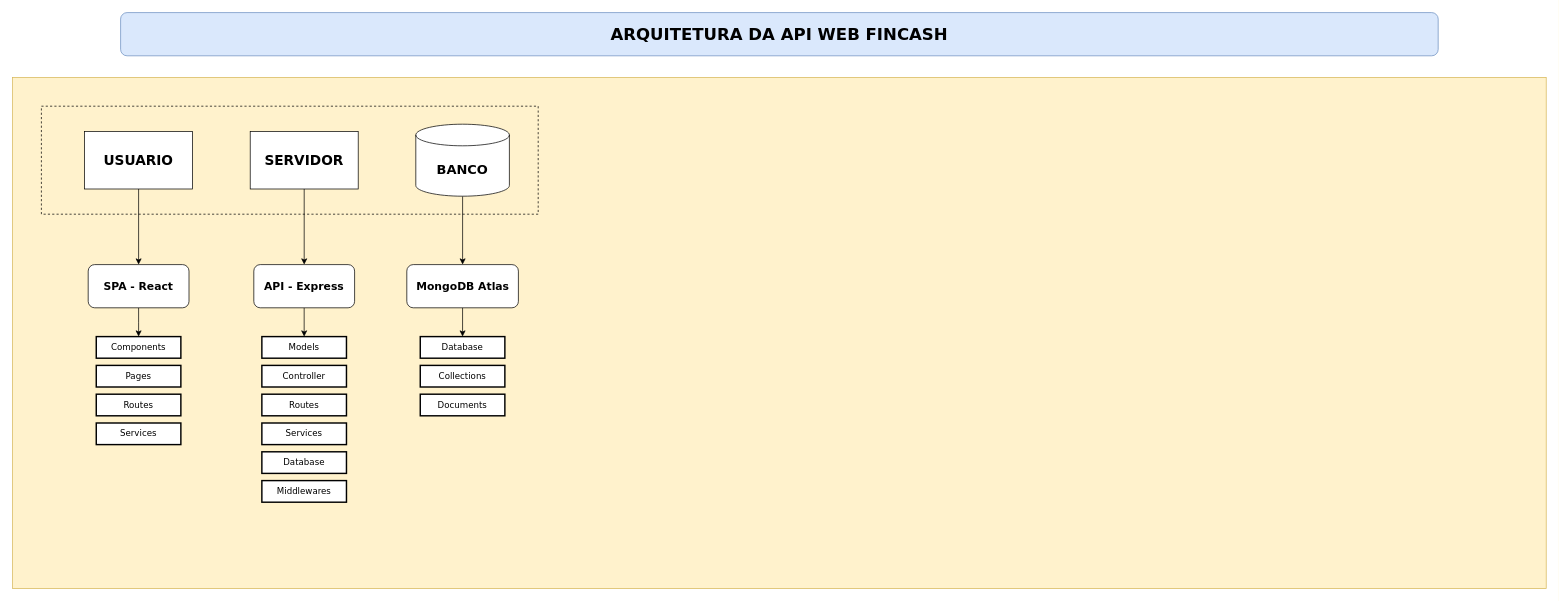
Earlier version of the draw.io diagram src/TCC FINCASH.drawio (FINCASH-ORGANIZATION/TCC-FINCASH-BACK-END). Source tidied: cells renumbered, new cells numbered last; positions are measured from the earlier drawing's top-left corner, leaving out a move shared by most shapes. Both pictures are drawn from the tidied source at 72%, with x=0, y=0 at pixel (12, 12).
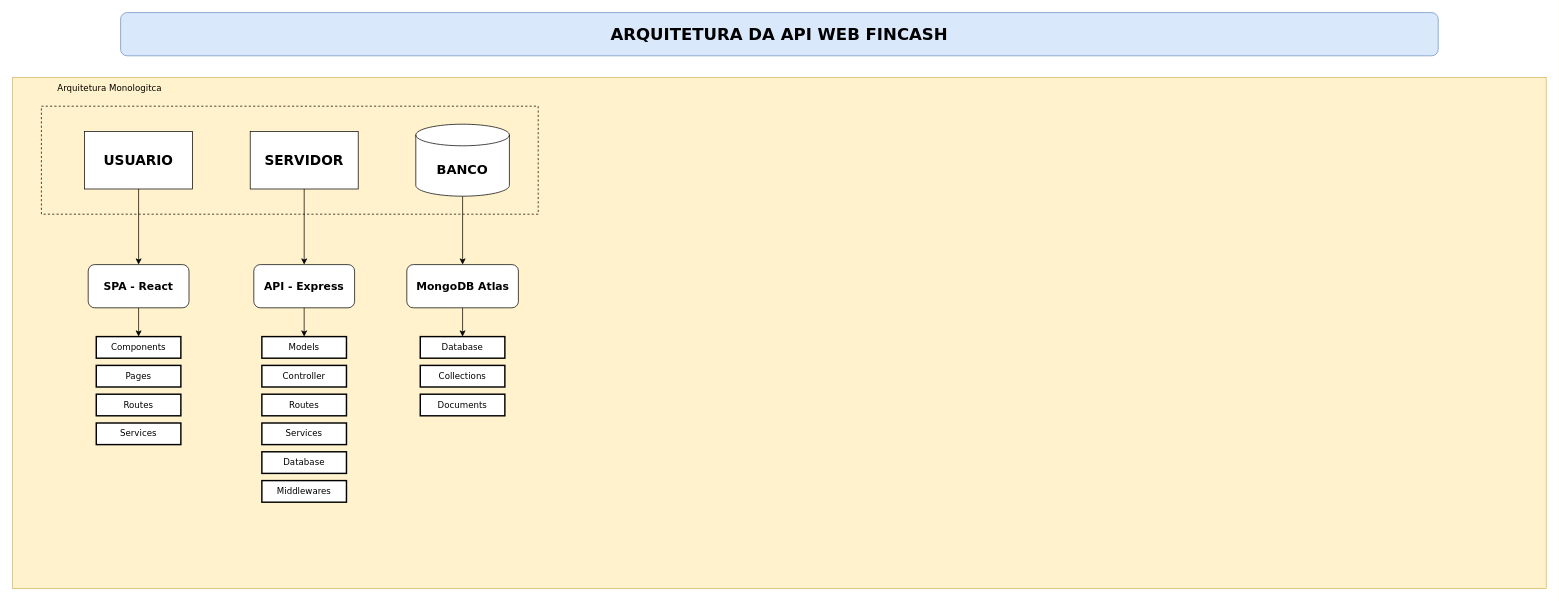
The same diagram, later.

What changed in the source:
```diff
@@
+    <mxCell id="31" value="Arquitetura Monologitca" style="text;html=1;align=center;verticalAlign=middle;whiteSpace=wrap;rounded=0;fontFamily=Verdana;fontSize=12;fontColor=default;" parent="1" vertex="1">
+      <mxGeometry x="40" y="90" width="190" height="30" as="geometry" />
+    </mxCell>
```
